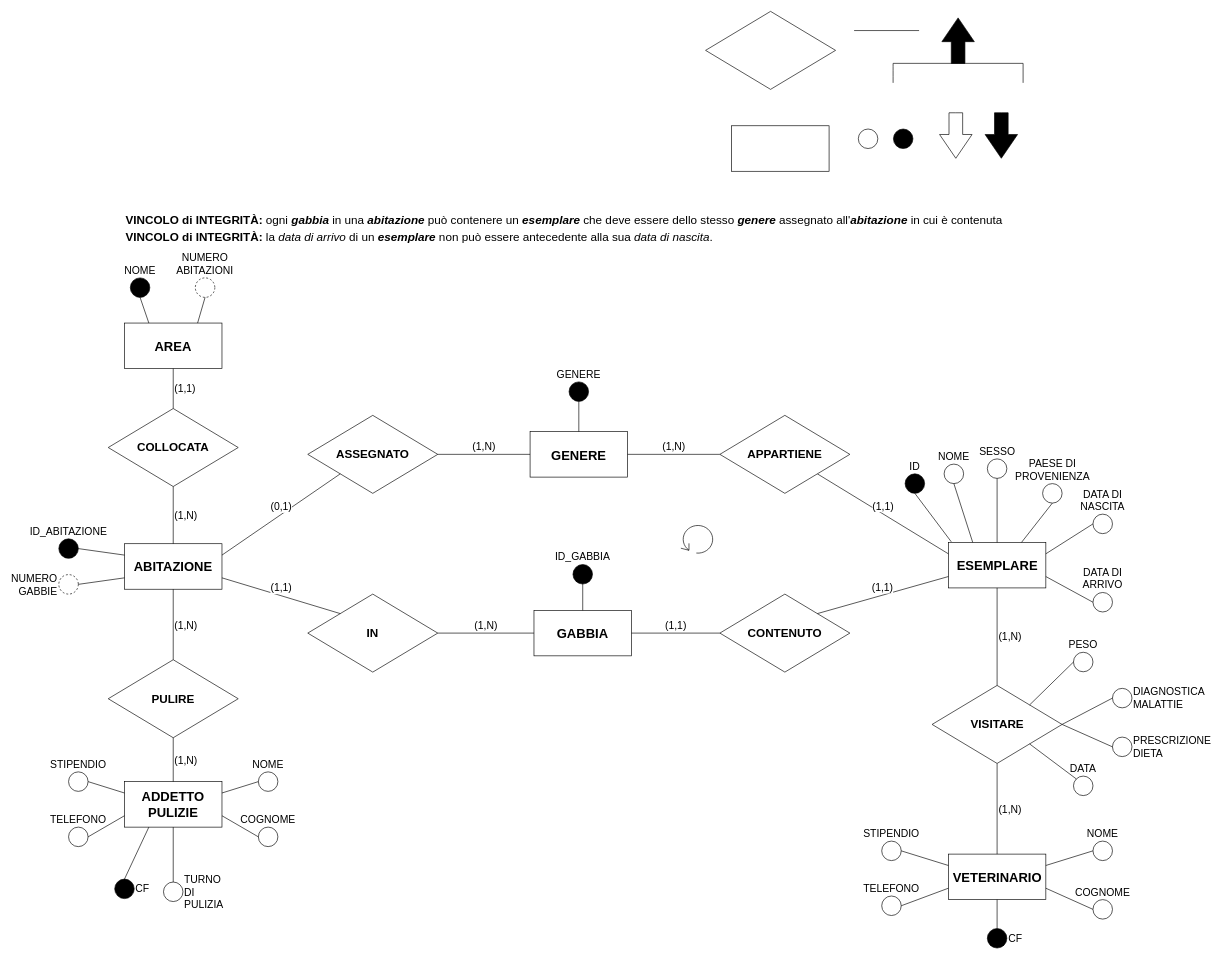
Before: 04_ER_Schema_v2 - Ristrutturato.drawio in DanielePassabi/Progetto-Laboratorio-BSD, a draw.io diagram. Source tidied: cells renumbered, new cells numbered last; positions are measured from the earlier drawing's top-left corner, leaving out a move shared by most shapes. Both pictures are drawn from the tidied source at 65%, with x=0, y=0 at pixel (58, 11).
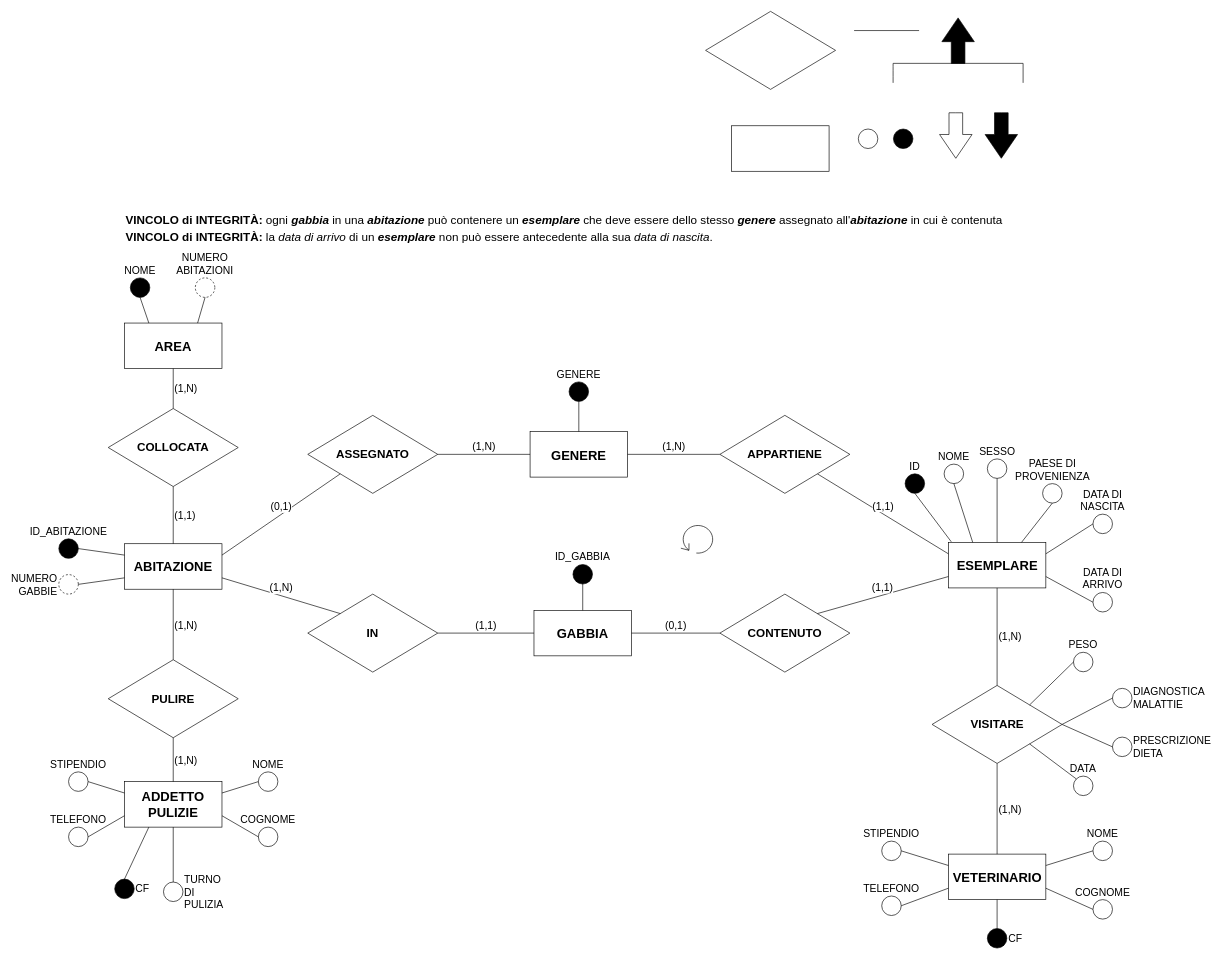
Above is the later version.

Unchanged cells that the change refers to:
```xml
<mxCell id="7" value="&lt;span style=&quot;font-size: 20px&quot;&gt;&lt;b&gt;AREA&lt;/b&gt;&lt;/span&gt;" style="rounded=0;whiteSpace=wrap;html=1;" parent="1" vertex="1">
  <mxGeometry x="101" y="479.5" width="150" height="70" as="geometry" />
</mxCell>
<mxCell id="8" value="&lt;span style=&quot;font-size: 20px&quot;&gt;&lt;b&gt;ABITAZIONE&lt;/b&gt;&lt;/span&gt;" style="rounded=0;whiteSpace=wrap;html=1;" parent="1" vertex="1">
  <mxGeometry x="101" y="819" width="150" height="70" as="geometry" />
</mxCell>
<mxCell id="9" value="&lt;font size=&quot;1&quot;&gt;&lt;b style=&quot;font-size: 20px&quot;&gt;GABBIA&lt;/b&gt;&lt;/font&gt;" style="rounded=0;whiteSpace=wrap;html=1;" parent="1" vertex="1">
  <mxGeometry x="731" y="921.5" width="150" height="70" as="geometry" />
</mxCell>
<mxCell id="11" value="&lt;span style=&quot;font-size: 18px&quot;&gt;&lt;b&gt;CONTENUTO&lt;/b&gt;&lt;/span&gt;" style="rhombus;whiteSpace=wrap;html=1;" parent="1" vertex="1">
  <mxGeometry x="1017" y="896.5" width="200" height="120" as="geometry" />
</mxCell>
<mxCell id="19" value="&lt;span style=&quot;font-size: 18px&quot;&gt;&lt;b&gt;IN&lt;/b&gt;&lt;/span&gt;" style="rhombus;whiteSpace=wrap;html=1;" parent="1" vertex="1">
  <mxGeometry x="383" y="896.5" width="200" height="120" as="geometry" />
</mxCell>
<mxCell id="22" value="&lt;span style=&quot;font-size: 18px&quot;&gt;&lt;b&gt;COLLOCATA&lt;/b&gt;&lt;/span&gt;" style="rhombus;whiteSpace=wrap;html=1;" parent="1" vertex="1">
  <mxGeometry x="76" y="611" width="200" height="120" as="geometry" />
</mxCell>
```

What changed in the source:
```diff
@@
-    <mxCell id="13" value="&lt;span style=&quot;font-size: 16px ; text-align: left&quot;&gt;(1,1)&lt;/span&gt;" style="endArrow=none;html=1;exitX=0;exitY=0.5;exitDx=0;exitDy=0;labelPosition=center;verticalLabelPosition=top;align=center;verticalAlign=bottom;entryX=1;entryY=0.5;entryDx=0;entryDy=0;" parent="1" edge="1" source="11" target="9">
+    <mxCell id="13" value="&lt;span style=&quot;font-size: 16px ; text-align: left&quot;&gt;(0,1)&lt;/span&gt;" style="endArrow=none;html=1;exitX=0;exitY=0.5;exitDx=0;exitDy=0;labelPosition=center;verticalLabelPosition=top;align=center;verticalAlign=bottom;entryX=1;entryY=0.5;entryDx=0;entryDy=0;" parent="1" edge="1" source="11" target="9">
       <mxGeometry relative="1" as="geometry" />
     </mxCell>
@@
-    <mxCell id="20" value="&lt;span style=&quot;font-size: 16px ; text-align: left&quot;&gt;(1,1)&lt;/span&gt;" style="endArrow=none;html=1;entryX=0;entryY=0;entryDx=0;entryDy=0;labelPosition=center;verticalLabelPosition=top;align=center;verticalAlign=bottom;exitX=1;exitY=0.75;exitDx=0;exitDy=0;" parent="1" edge="1" source="8" target="19">
+    <mxCell id="20" value="&lt;span style=&quot;font-size: 16px ; text-align: left&quot;&gt;(1,N)&lt;/span&gt;" style="endArrow=none;html=1;entryX=0;entryY=0;entryDx=0;entryDy=0;labelPosition=center;verticalLabelPosition=top;align=center;verticalAlign=bottom;exitX=1;exitY=0.75;exitDx=0;exitDy=0;" parent="1" edge="1" source="8" target="19">
       <mxGeometry relative="1" as="geometry" />
     </mxCell>
-    <mxCell id="21" value="&lt;span style=&quot;font-size: 16px ; text-align: left&quot;&gt;(1,N)&lt;/span&gt;" style="endArrow=none;html=1;entryX=0;entryY=0.5;entryDx=0;entryDy=0;exitX=1;exitY=0.5;exitDx=0;exitDy=0;labelPosition=center;verticalLabelPosition=top;align=center;verticalAlign=bottom;" parent="1" edge="1" source="19" target="9">
+    <mxCell id="21" value="&lt;span style=&quot;font-size: 16px ; text-align: left&quot;&gt;(1,1)&lt;/span&gt;" style="endArrow=none;html=1;entryX=0;entryY=0.5;entryDx=0;entryDy=0;exitX=1;exitY=0.5;exitDx=0;exitDy=0;labelPosition=center;verticalLabelPosition=top;align=center;verticalAlign=bottom;" parent="1" edge="1" source="19" target="9">
       <mxGeometry relative="1" as="geometry" />
     </mxCell>
@@
-    <mxCell id="23" value="&lt;span style=&quot;font-size: 16px ; text-align: left&quot;&gt;(1,1)&lt;/span&gt;" style="endArrow=none;html=1;entryX=0.5;entryY=1;entryDx=0;entryDy=0;exitX=0.5;exitY=0;exitDx=0;exitDy=0;labelPosition=right;verticalLabelPosition=middle;align=left;verticalAlign=middle;" parent="1" edge="1" source="22" target="7">
+    <mxCell id="23" value="&lt;span style=&quot;font-size: 16px ; text-align: left&quot;&gt;(1,N)&lt;/span&gt;" style="endArrow=none;html=1;entryX=0.5;entryY=1;entryDx=0;entryDy=0;exitX=0.5;exitY=0;exitDx=0;exitDy=0;labelPosition=right;verticalLabelPosition=middle;align=left;verticalAlign=middle;" parent="1" edge="1" source="22" target="7">
       <mxGeometry relative="1" as="geometry" />
     </mxCell>
-    <mxCell id="24" value="&lt;font style=&quot;font-size: 16px&quot;&gt;(1,N)&lt;/font&gt;" style="endArrow=none;html=1;entryX=0.5;entryY=1;entryDx=0;entryDy=0;exitX=0.5;exitY=0;exitDx=0;exitDy=0;align=left;labelPosition=right;verticalLabelPosition=middle;verticalAlign=middle;" parent="1" edge="1" source="8" target="22">
+    <mxCell id="24" value="&lt;font style=&quot;font-size: 16px&quot;&gt;(1,1)&lt;/font&gt;" style="endArrow=none;html=1;entryX=0.5;entryY=1;entryDx=0;entryDy=0;exitX=0.5;exitY=0;exitDx=0;exitDy=0;align=left;labelPosition=right;verticalLabelPosition=middle;verticalAlign=middle;" parent="1" edge="1" source="8" target="22">
       <mxGeometry relative="1" as="geometry" />
     </mxCell>
```
